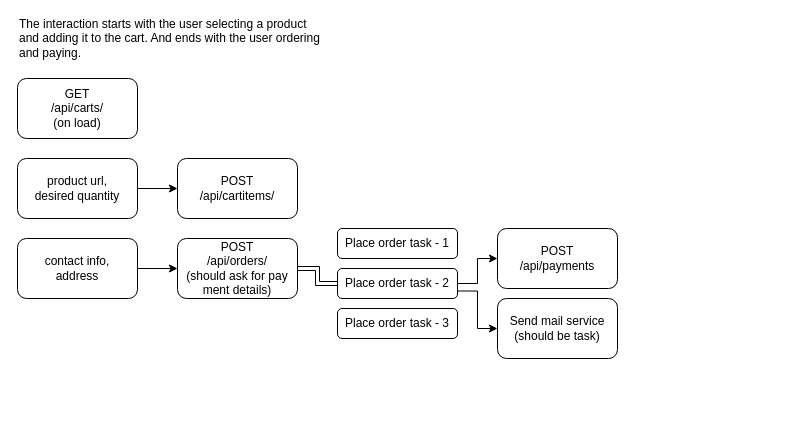
Above: project_workflow.drawio in hasan-abir/commerce-microservices (draw.io), before the change. Source tidied: cells renumbered, new cells numbered last; positions are measured from the earlier drawing's top-left corner, leaving out a move shared by most shapes. Both pictures are drawn from the tidied source at 100%, with x=0, y=0 at pixel (17, 18).
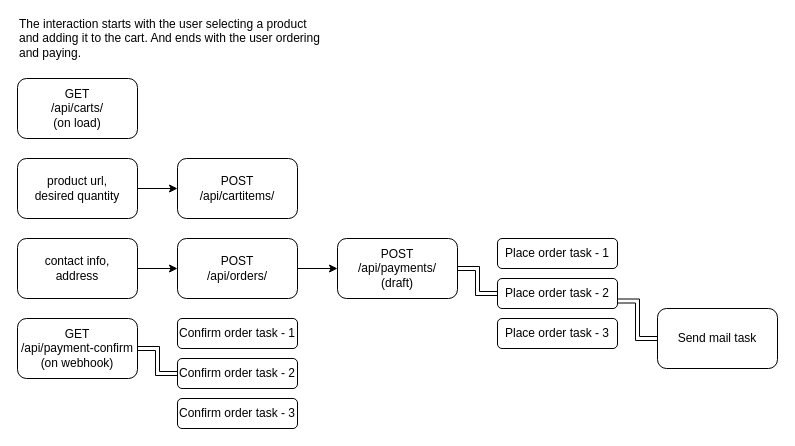
The same diagram, later.

Commit message (it also covers changes not shown here):
moved sendmail service to ask

Change to the diagram source:
```diff
@@
-    <mxCell id="9" style="edgeStyle=orthogonalEdgeStyle;rounded=0;jettySize=auto;html=1;shape=link;" parent="1" edge="1" source="10" target="13">
+    <mxCell id="9" style="edgeStyle=orthogonalEdgeStyle;rounded=0;jettySize=auto;html=1;shape=link;exitX=1;exitY=0.5;exitDx=0;exitDy=0;" parent="1" edge="1" source="16" target="13">
       <mxGeometry relative="1" as="geometry" />
     </mxCell>
+    <mxCell id="18" style="edgeStyle=orthogonalEdgeStyle;rounded=0;jettySize=auto;html=1;exitX=1;exitY=0.5;exitDx=0;exitDy=0;" parent="1" edge="1" source="10" target="16">
+      <mxGeometry relative="1" as="geometry" />
+    </mxCell>
-    <mxCell id="10" value="&lt;div&gt;POST&lt;/div&gt;&lt;div&gt;/api/orders/&lt;/div&gt;&lt;div&gt;(should ask for pay ment details)&lt;/div&gt;" style="rounded=1;whiteSpace=wrap;html=1;" parent="1" vertex="1">
+    <mxCell id="10" value="&lt;div&gt;POST&lt;/div&gt;&lt;div&gt;/api/orders/&lt;/div&gt;" style="rounded=1;whiteSpace=wrap;html=1;" parent="1" vertex="1">
       <mxGeometry x="160" y="220" width="120" height="60" as="geometry" />
     </mxCell>
-    <mxCell id="11" style="edgeStyle=orthogonalEdgeStyle;rounded=0;jettySize=auto;html=1;" parent="1" edge="1" source="13" target="16">
-      <mxGeometry relative="1" as="geometry" />
-    </mxCell>
-    <mxCell id="12" style="edgeStyle=orthogonalEdgeStyle;rounded=0;jettySize=auto;html=1;exitX=1;exitY=0.75;exitDx=0;exitDy=0;entryX=0;entryY=0.5;entryDx=0;entryDy=0;" parent="1" edge="1" source="13" target="17">
+    <mxCell id="12" style="edgeStyle=orthogonalEdgeStyle;rounded=0;jettySize=auto;html=1;exitX=1;exitY=0.75;exitDx=0;exitDy=0;entryX=0;entryY=0.5;entryDx=0;entryDy=0;shape=link;" parent="1" edge="1" source="13" target="17">
       <mxGeometry relative="1" as="geometry" />
     </mxCell>
     <mxCell id="13" value="&lt;div&gt;Place order task - 2&lt;/div&gt;" style="rounded=1;whiteSpace=wrap;html=1;" parent="1" vertex="1">
-      <mxGeometry x="320" y="250" width="120" height="30" as="geometry" />
+      <mxGeometry x="480" y="260" width="120" height="30" as="geometry" />
     </mxCell>
     <mxCell id="14" value="&lt;div&gt;Place order task - 1&lt;/div&gt;" style="rounded=1;whiteSpace=wrap;html=1;" parent="1" vertex="1">
-      <mxGeometry x="320" y="210" width="120" height="30" as="geometry" />
+      <mxGeometry x="480" y="220" width="120" height="30" as="geometry" />
     </mxCell>
     <mxCell id="15" value="&lt;div&gt;Place order task - 3&lt;/div&gt;" style="rounded=1;whiteSpace=wrap;html=1;" parent="1" vertex="1">
-      <mxGeometry x="320" y="290" width="120" height="30" as="geometry" />
+      <mxGeometry x="480" y="300" width="120" height="30" as="geometry" />
     </mxCell>
-    <mxCell id="16" value="&lt;div&gt;POST&lt;/div&gt;&lt;div&gt;/api/payments&lt;/div&gt;" style="rounded=1;whiteSpace=wrap;html=1;" parent="1" vertex="1">
-      <mxGeometry x="480" y="210" width="120" height="60" as="geometry" />
+    <mxCell id="16" value="&lt;div&gt;POST&lt;/div&gt;&lt;div&gt;/api/payments/&lt;/div&gt;&lt;div&gt;(draft)&lt;/div&gt;" style="rounded=1;whiteSpace=wrap;html=1;" parent="1" vertex="1">
+      <mxGeometry x="320" y="220" width="120" height="60" as="geometry" />
     </mxCell>
-    <mxCell id="17" value="&lt;div&gt;Send mail service&lt;/div&gt;&lt;div&gt;(should be task)&lt;/div&gt;" style="rounded=1;whiteSpace=wrap;html=1;" parent="1" vertex="1">
-      <mxGeometry x="480" y="280" width="120" height="60" as="geometry" />
+    <mxCell id="17" value="&lt;div&gt;Send mail task&lt;/div&gt;" style="rounded=1;whiteSpace=wrap;html=1;" parent="1" vertex="1">
+      <mxGeometry x="640" y="290" width="120" height="60" as="geometry" />
     </mxCell>
+    <mxCell id="19" style="edgeStyle=orthogonalEdgeStyle;rounded=0;jettySize=auto;html=1;entryX=0;entryY=0.5;entryDx=0;entryDy=0;shape=link;" parent="1" edge="1" source="20" target="21">
+      <mxGeometry relative="1" as="geometry" />
+    </mxCell>
+    <mxCell id="20" value="&lt;div&gt;GET&lt;/div&gt;&lt;div&gt;/api/payment-confirm&lt;/div&gt;&lt;div&gt;(on webhook)&lt;/div&gt;" style="rounded=1;whiteSpace=wrap;html=1;" parent="1" vertex="1">
+      <mxGeometry y="300" width="120" height="60" as="geometry" />
+    </mxCell>
+    <mxCell id="21" value="&lt;div&gt;Confirm order task - 2&lt;/div&gt;" style="rounded=1;whiteSpace=wrap;html=1;" parent="1" vertex="1">
+      <mxGeometry x="160" y="340" width="120" height="30" as="geometry" />
+    </mxCell>
+    <mxCell id="22" value="&lt;div&gt;Confirm order task - 1&lt;/div&gt;" style="rounded=1;whiteSpace=wrap;html=1;" parent="1" vertex="1">
+      <mxGeometry x="160" y="300" width="120" height="30" as="geometry" />
+    </mxCell>
+    <mxCell id="23" value="&lt;div&gt;Confirm order task - 3&lt;/div&gt;" style="rounded=1;whiteSpace=wrap;html=1;" parent="1" vertex="1">
+      <mxGeometry x="160" y="380" width="120" height="30" as="geometry" />
+    </mxCell>
```
